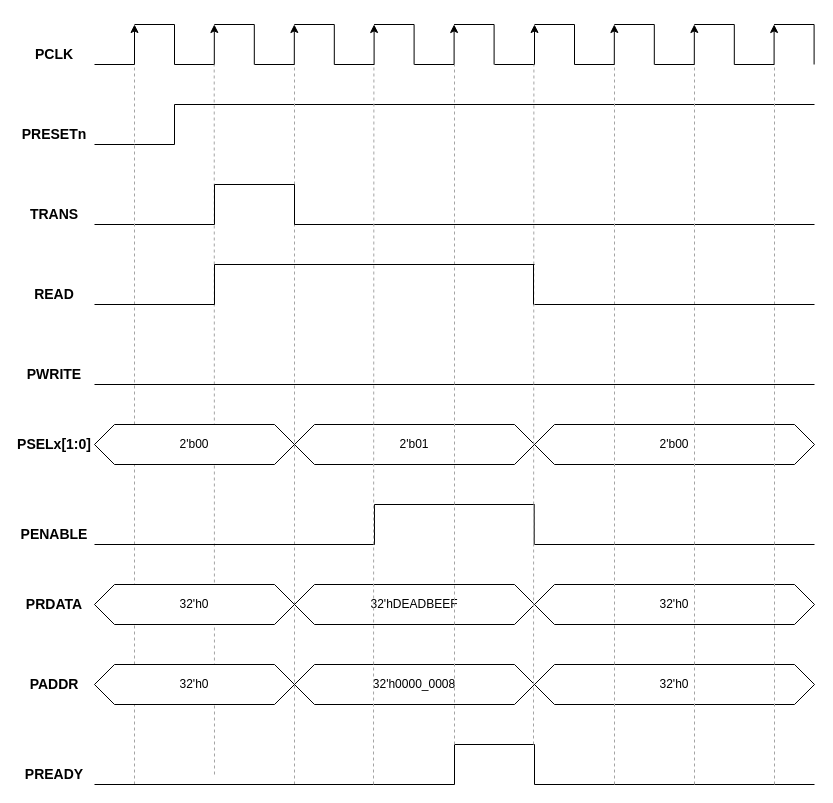
Above: page "READ TRANS WITHOUT WAITING" (4 of 14) of APB.drawio in 106210049/AMBA-APB (draw.io), before the change. Source tidied: cells renumbered, new cells numbered last; positions are measured from the earlier drawing's top-left corner, leaving out a move shared by most shapes. Both pictures are drawn from the tidied source at 100%, with x=0, y=0 at pixel (24, 24).
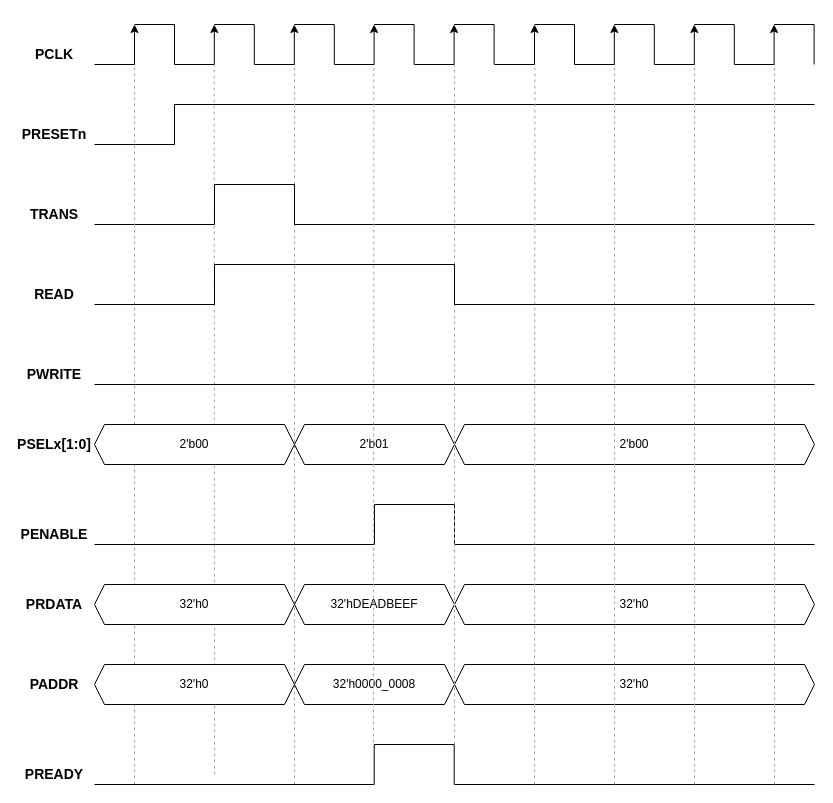
The same diagram, later.

What changed in the source:
```diff
@@
-    <mxCell id="56" value="2'b01" style="shape=hexagon;perimeter=hexagonPerimeter2;whiteSpace=wrap;html=1;fixedSize=1;" parent="1" vertex="1">
-      <mxGeometry x="270" y="400" width="240" height="40" as="geometry" />
+    <mxCell id="56" value="2'b01" style="shape=hexagon;perimeter=hexagonPerimeter2;whiteSpace=wrap;html=1;fixedSize=1;size=10;" parent="1" vertex="1">
+      <mxGeometry x="270" y="400" width="160" height="40" as="geometry" />
     </mxCell>
-    <mxCell id="57" value="2'b00" style="shape=hexagon;perimeter=hexagonPerimeter2;whiteSpace=wrap;html=1;fixedSize=1;" parent="1" vertex="1">
+    <mxCell id="57" value="2'b00" style="shape=hexagon;perimeter=hexagonPerimeter2;whiteSpace=wrap;html=1;fixedSize=1;size=10.000000000000114;" parent="1" vertex="1">
       <mxGeometry x="70" y="400" width="200" height="40" as="geometry" />
     </mxCell>
@@
     <mxCell id="59" style="endArrow=none;html=1;rounded=0;" parent="1" edge="1">
       <mxGeometry relative="1" as="geometry">
         <mxPoint x="350" y="480" as="sourcePoint" />
-        <mxPoint x="510" y="480" as="targetPoint" />
+        <mxPoint x="430" y="480" as="targetPoint" />
       </mxGeometry>
     </mxCell>
     <mxCell id="60" style="endArrow=none;html=1;rounded=0;" parent="1" edge="1">
       <mxGeometry relative="1" as="geometry">
-        <mxPoint x="509.7" y="520" as="sourcePoint" />
-        <mxPoint x="509.7" y="480" as="targetPoint" />
+        <mxPoint x="430" y="520" as="sourcePoint" />
+        <mxPoint x="430" y="480" as="targetPoint" />
       </mxGeometry>
     </mxCell>
@@
     <mxCell id="62" style="endArrow=none;html=1;rounded=0;" parent="1" edge="1">
       <mxGeometry relative="1" as="geometry">
-        <mxPoint x="510" y="520" as="sourcePoint" />
+        <mxPoint x="430" y="520" as="sourcePoint" />
         <mxPoint x="790" y="520" as="targetPoint" />
       </mxGeometry>
     </mxCell>
@@
-    <mxCell id="65" value="2'b00" style="shape=hexagon;perimeter=hexagonPerimeter2;whiteSpace=wrap;html=1;fixedSize=1;" parent="1" vertex="1">
-      <mxGeometry x="510" y="400" width="280" height="40" as="geometry" />
+    <mxCell id="65" value="2'b00" style="shape=hexagon;perimeter=hexagonPerimeter2;whiteSpace=wrap;html=1;fixedSize=1;size=10;" parent="1" vertex="1">
+      <mxGeometry x="430" y="400" width="360" height="40" as="geometry" />
     </mxCell>
-    <mxCell id="66" value="32'hDEADBEEF" style="shape=hexagon;perimeter=hexagonPerimeter2;whiteSpace=wrap;html=1;fixedSize=1;" parent="1" vertex="1">
-      <mxGeometry x="270" y="560" width="240" height="40" as="geometry" />
+    <mxCell id="66" value="32'hDEADBEEF" style="shape=hexagon;perimeter=hexagonPerimeter2;whiteSpace=wrap;html=1;fixedSize=1;size=10;" parent="1" vertex="1">
+      <mxGeometry x="270" y="560" width="160" height="40" as="geometry" />
     </mxCell>
-    <mxCell id="67" value="32'h0" style="shape=hexagon;perimeter=hexagonPerimeter2;whiteSpace=wrap;html=1;fixedSize=1;" parent="1" vertex="1">
+    <mxCell id="67" value="32'h0" style="shape=hexagon;perimeter=hexagonPerimeter2;whiteSpace=wrap;html=1;fixedSize=1;size=10.000000000000114;" parent="1" vertex="1">
       <mxGeometry x="70" y="560" width="200" height="40" as="geometry" />
     </mxCell>
@@
-    <mxCell id="69" value="32'h0" style="shape=hexagon;perimeter=hexagonPerimeter2;whiteSpace=wrap;html=1;fixedSize=1;" parent="1" vertex="1">
-      <mxGeometry x="510" y="560" width="280" height="40" as="geometry" />
+    <mxCell id="69" value="32'h0" style="shape=hexagon;perimeter=hexagonPerimeter2;whiteSpace=wrap;html=1;fixedSize=1;size=10;" parent="1" vertex="1">
+      <mxGeometry x="430" y="560" width="360" height="40" as="geometry" />
     </mxCell>
     <mxCell id="70" style="endArrow=none;html=1;rounded=0;" parent="1" edge="1">
       <mxGeometry relative="1" as="geometry">
-        <mxPoint x="430" y="760" as="sourcePoint" />
-        <mxPoint x="430" y="720" as="targetPoint" />
+        <mxPoint x="349.7" y="760" as="sourcePoint" />
+        <mxPoint x="349.7" y="720" as="targetPoint" />
       </mxGeometry>
     </mxCell>
     <mxCell id="71" style="endArrow=none;html=1;rounded=0;" parent="1" edge="1">
       <mxGeometry relative="1" as="geometry">
-        <mxPoint x="430" y="720" as="sourcePoint" />
-        <mxPoint x="510" y="720" as="targetPoint" />
+        <mxPoint x="349.7" y="720" as="sourcePoint" />
+        <mxPoint x="429.7" y="720" as="targetPoint" />
       </mxGeometry>
     </mxCell>
     <mxCell id="72" style="endArrow=none;html=1;rounded=0;" parent="1" edge="1">
       <mxGeometry relative="1" as="geometry">
-        <mxPoint x="510" y="760" as="sourcePoint" />
-        <mxPoint x="510" y="720" as="targetPoint" />
+        <mxPoint x="429.7" y="760" as="sourcePoint" />
+        <mxPoint x="429.7" y="720" as="targetPoint" />
       </mxGeometry>
     </mxCell>
     <mxCell id="73" style="endArrow=none;html=1;rounded=0;" parent="1" edge="1">
       <mxGeometry relative="1" as="geometry">
         <mxPoint x="70" y="760" as="sourcePoint" />
-        <mxPoint x="430" y="760" as="targetPoint" />
+        <mxPoint x="350" y="760" as="targetPoint" />
       </mxGeometry>
     </mxCell>
     <mxCell id="74" style="endArrow=none;html=1;rounded=0;" parent="1" edge="1">
       <mxGeometry relative="1" as="geometry">
-        <mxPoint x="510" y="760" as="sourcePoint" />
+        <mxPoint x="430" y="760" as="sourcePoint" />
         <mxPoint x="790" y="760" as="targetPoint" />
       </mxGeometry>
     </mxCell>
@@
-    <mxCell id="76" value="32'h0000_0008" style="shape=hexagon;perimeter=hexagonPerimeter2;whiteSpace=wrap;html=1;fixedSize=1;" parent="1" vertex="1">
-      <mxGeometry x="270" y="640" width="240" height="40" as="geometry" />
+    <mxCell id="76" value="32'h0000_0008" style="shape=hexagon;perimeter=hexagonPerimeter2;whiteSpace=wrap;html=1;fixedSize=1;size=10;" parent="1" vertex="1">
+      <mxGeometry x="270" y="640" width="160" height="40" as="geometry" />
     </mxCell>
-    <mxCell id="77" value="32'h0" style="shape=hexagon;perimeter=hexagonPerimeter2;whiteSpace=wrap;html=1;fixedSize=1;" parent="1" vertex="1">
+    <mxCell id="77" value="32'h0" style="shape=hexagon;perimeter=hexagonPerimeter2;whiteSpace=wrap;html=1;fixedSize=1;size=10.000000000000114;" parent="1" vertex="1">
       <mxGeometry x="70" y="640" width="200" height="40" as="geometry" />
     </mxCell>
@@
-    <mxCell id="79" value="32'h0" style="shape=hexagon;perimeter=hexagonPerimeter2;whiteSpace=wrap;html=1;fixedSize=1;" parent="1" vertex="1">
-      <mxGeometry x="510" y="640" width="280" height="40" as="geometry" />
+    <mxCell id="79" value="32'h0" style="shape=hexagon;perimeter=hexagonPerimeter2;whiteSpace=wrap;html=1;fixedSize=1;size=10;" parent="1" vertex="1">
+      <mxGeometry x="430" y="640" width="360" height="40" as="geometry" />
     </mxCell>
@@
     <mxCell id="82" style="endArrow=none;dashed=1;html=1;rounded=0;strokeColor=#A4A4A4;" parent="1" edge="1">
       <mxGeometry relative="1" as="geometry">
-        <mxPoint x="509" y="720" as="sourcePoint" />
-        <mxPoint x="509.4" y="40" as="targetPoint" />
+        <mxPoint x="510" y="760" as="sourcePoint" />
+        <mxPoint x="510.4" y="40" as="targetPoint" />
       </mxGeometry>
     </mxCell>
@@
     <mxCell id="88" style="endArrow=none;html=1;rounded=0;" parent="1" edge="1">
       <mxGeometry relative="1" as="geometry">
         <mxPoint x="190" y="240" as="sourcePoint" />
-        <mxPoint x="510" y="240" as="targetPoint" />
+        <mxPoint x="430" y="240" as="targetPoint" />
       </mxGeometry>
     </mxCell>
     <mxCell id="89" style="endArrow=none;html=1;rounded=0;" parent="1" edge="1">
       <mxGeometry relative="1" as="geometry">
-        <mxPoint x="509" y="280" as="sourcePoint" />
-        <mxPoint x="509" y="240" as="targetPoint" />
+        <mxPoint x="430" y="280" as="sourcePoint" />
+        <mxPoint x="430" y="240" as="targetPoint" />
       </mxGeometry>
     </mxCell>
     <mxCell id="90" style="endArrow=none;html=1;rounded=0;" parent="1" edge="1">
       <mxGeometry relative="1" as="geometry">
-        <mxPoint x="510" y="280" as="sourcePoint" />
+        <mxPoint x="430" y="280" as="sourcePoint" />
         <mxPoint x="790" y="280" as="targetPoint" />
       </mxGeometry>
     </mxCell>
```
